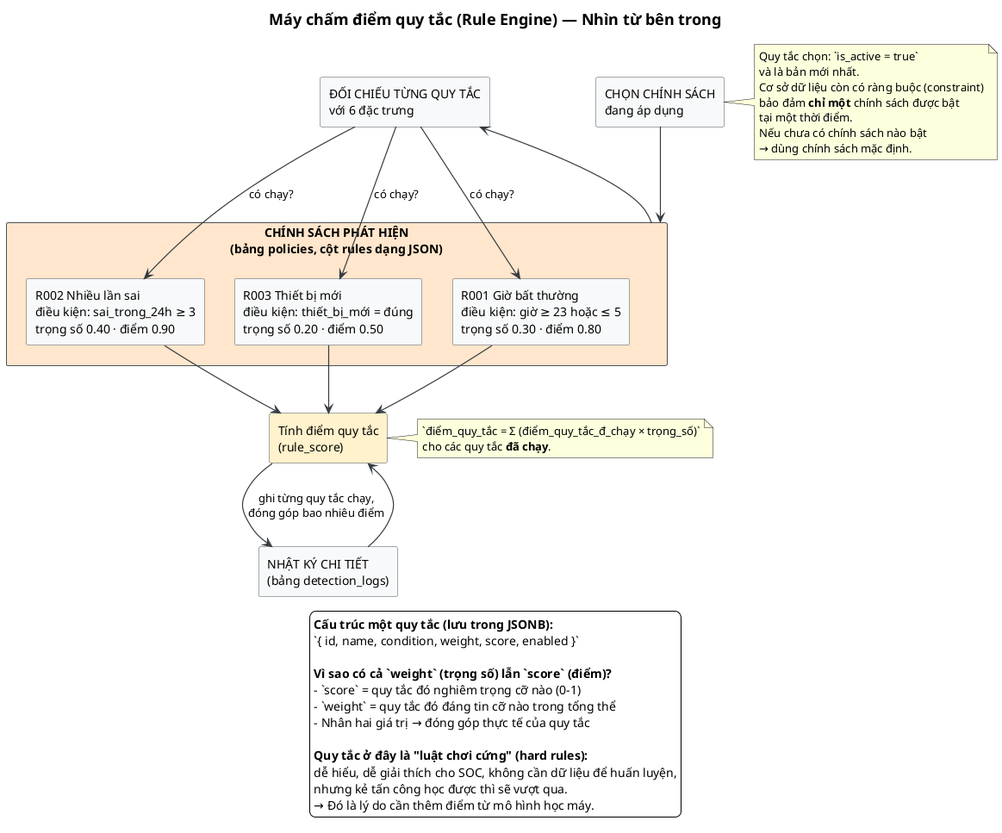
This is docs/diagrams/v3.3-detect/04-may-cham-diem-quy-tac.png from Albert-Tuan/sentinel-auth, a PlantUML export, as it was before one commit.
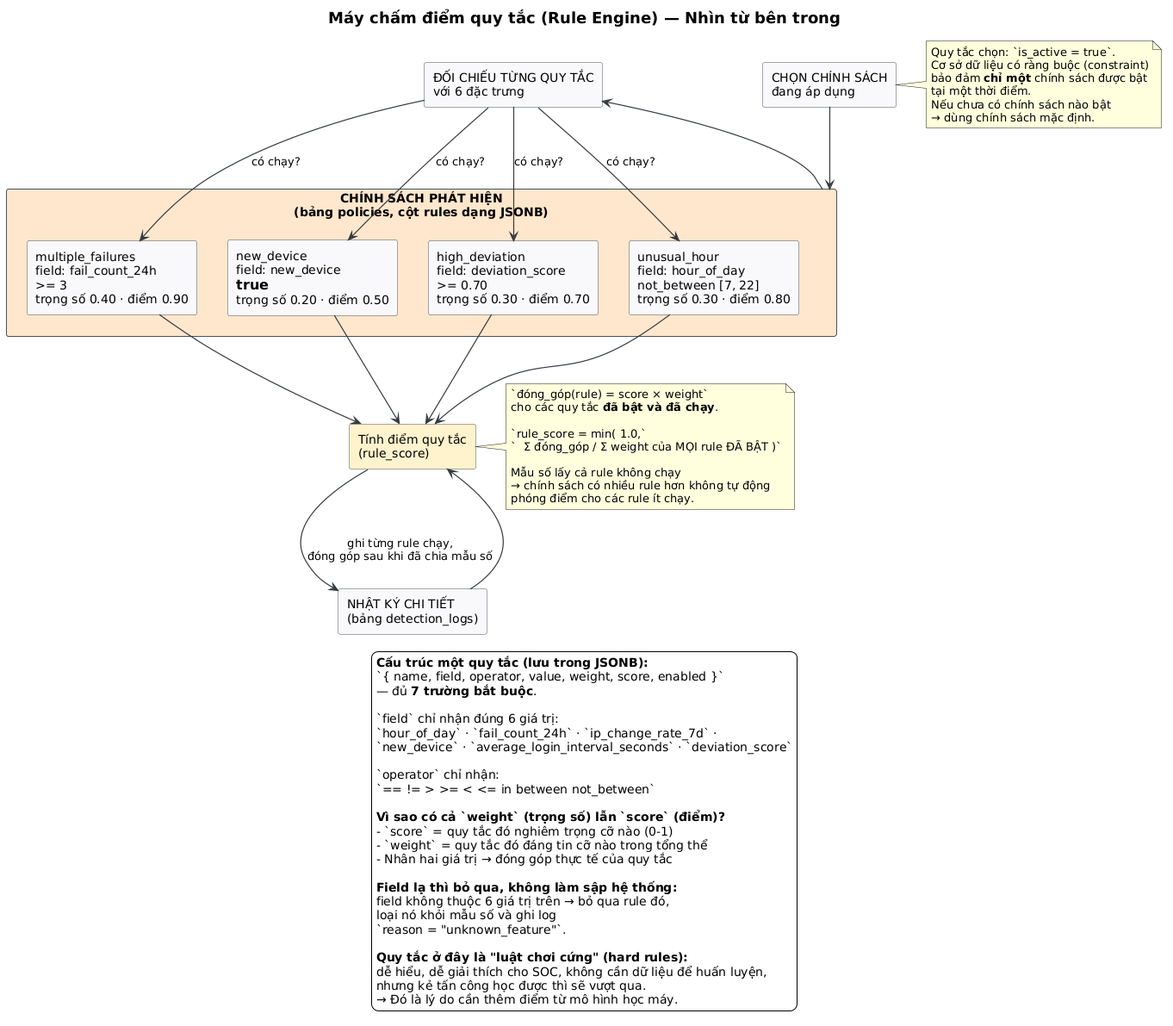
Later version of the same file.

The edit, as a diff of the source:
```diff
@@ -14,17 +14,17 @@
 
 top to bottom direction
 
-rectangle "CHÍNH SÁCH PHÁT HIỆN\n(bảng policies, cột rules dạng JSON)" as POL #FFE6CC {
-  rectangle "R001 Giờ bất thường\nđiều kiện: giờ ≥ 23 hoặc ≤ 5\ntrọng số 0.30 · điểm 0.80" as R1
-  rectangle "R002 Nhiều lần sai\nđiều kiện: sai_trong_24h ≥ 3\ntrọng số 0.40 · điểm 0.90" as R2
-  rectangle "R003 Thiết bị mới\nđiều kiện: thiết_bị_mới = đúng\ntrọng số 0.20 · điểm 0.50" as R3
+rectangle "CHÍNH SÁCH PHÁT HIỆN\n(bảng policies, cột rules dạng JSONB)" as POL #FFE6CC {
+  rectangle "unusual_hour\nfield: hour_of_day\nnot_between [7, 22]\ntrọng số 0.30 · điểm 0.80" as R1
+  rectangle "multiple_failures\nfield: fail_count_24h\n>= 3\ntrọng số 0.40 · điểm 0.90" as R2
+  rectangle "new_device\nfield: new_device\n== true\ntrọng số 0.20 · điểm 0.50" as R3
+  rectangle "high_deviation\nfield: deviation_score\n>= 0.70\ntrọng số 0.30 · điểm 0.70" as R4
 }
 
 rectangle "CHỌN CHÍNH SÁCH\nđang áp dụng" as PICK
 note right of PICK
-  Quy tắc chọn: `is_active = true`
-  và là bản mới nhất.
-  Cơ sở dữ liệu còn có ràng buộc (constraint)
+  Quy tắc chọn: `is_active = true`.
+  Cơ sở dữ liệu có ràng buộc (constraint)
   bảo đảm **chỉ một** chính sách được bật
   tại một thời điểm.
   Nếu chưa có chính sách nào bật
@@ -35,8 +35,15 @@
 
 rectangle "Tính điểm quy tắc\n(rule_score)" as CALC #FFF2CC
 note right of CALC
-  `điểm_quy_tắc = Σ (điểm_quy_tắc_đ_chạy × trọng_số)`
-  cho các quy tắc **đã chạy**.
+  `đóng_góp(rule) = score × weight`
+  cho các quy tắc **đã bật và đã chạy**.
+
+  `rule_score = min( 1.0,`
+  `  Σ đóng_góp / Σ weight của MỌI rule ĐÃ BẬT )`
+
+  Mẫu số lấy cả rule không chạy
+  → chính sách có nhiều rule hơn không tự động
+  phóng điểm cho các rule ít chạy.
 end note
 
 rectangle "NHẬT KÝ CHI TIẾT\n(bảng detection_logs)" as LOG
@@ -46,25 +53,39 @@
 EVAL --> R1 : có chạy?
 EVAL --> R2 : có chạy?
 EVAL --> R3 : có chạy?
+EVAL --> R4 : có chạy?
 R1 --> CALC
 R2 --> CALC
 R3 --> CALC
-CALC --> LOG : ghi từng quy tắc chạy,\nđóng góp bao nhiêu điểm
+R4 --> CALC
+CALC --> LOG : ghi từng rule chạy,\nđóng góp sau khi đã chia mẫu số
 LOG --> CALC
 
 legend bottom
 **Cấu trúc một quy tắc (lưu trong JSONB):**
-`{ id, name, condition, weight, score, enabled }`
+`{ name, field, operator, value, weight, score, enabled }`
+— đủ **7 trường bắt buộc**.
+
+`field` chỉ nhận đúng 6 giá trị:
+`hour_of_day` · `fail_count_24h` · `ip_change_rate_7d` ·
+`new_device` · `average_login_interval_seconds` · `deviation_score`
+
+`operator` chỉ nhận:
+`== != > >= < <= in between not_between`
 
 **Vì sao có cả `weight` (trọng số) lẫn `score` (điểm)?**
 - `score` = quy tắc đó nghiêm trọng cỡ nào (0-1)
 - `weight` = quy tắc đó đáng tin cỡ nào trong tổng thể
 - Nhân hai giá trị → đóng góp thực tế của quy tắc
 
+**Field lạ thì bỏ qua, không làm sập hệ thống:**
+field không thuộc 6 giá trị trên → bỏ qua rule đó,
+loại nó khỏi mẫu số và ghi log
+`reason = "unknown_feature"`.
+
 **Quy tắc ở đây là "luật chơi cứng" (hard rules):**
 dễ hiểu, dễ giải thích cho SOC, không cần dữ liệu để huấn luyện,
 nhưng kẻ tấn công học được thì sẽ vượt qua.
 → Đó là lý do cần thêm điểm từ mô hình học máy.
 endlegend
-
 @enduml
```
